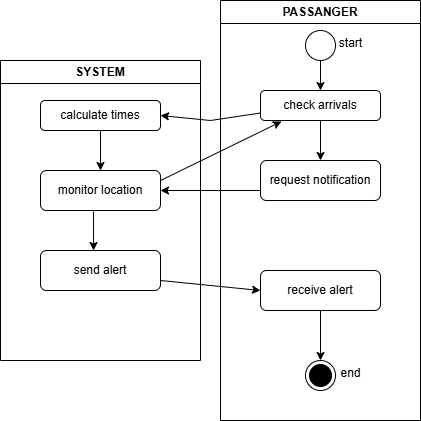
Above: UML Diagrams/Activity Diagrams/scenario2AC.drawio (1).png in inviona/Software-Engineering-Analysis-and-Design-Project (draw.io), before the change. Source tidied: cells renumbered, new cells last; positions are measured from the earlier drawing's top-left corner, leaving out a move shared by most shapes.
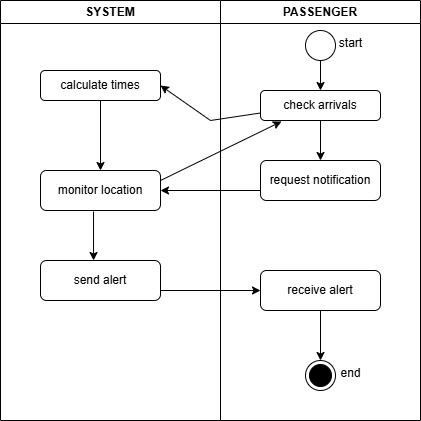
The same file after the commit.

Change to the diagram source:
```diff
@@ -2,7 +2,7 @@
   <root>
     <mxCell id="0" />
     <mxCell id="1" parent="0" />
-    <mxCell id="2" value="PASSANGER" style="swimlane;whiteSpace=wrap;html=1;" parent="1" vertex="1">
+    <mxCell id="2" value="PASSENGER" style="swimlane;whiteSpace=wrap;html=1;" parent="1" vertex="1">
       <mxGeometry x="220" width="200" height="420" as="geometry" />
     </mxCell>
     <mxCell id="3" style="edgeStyle=orthogonalEdgeStyle;rounded=0;jettySize=auto;html=1;" parent="2" edge="1" source="4" target="6">
@@ -30,16 +30,16 @@
       <mxGeometry x="85" y="360" width="30" height="30" as="geometry" />
     </mxCell>
     <mxCell id="11" value="SYSTEM" style="swimlane;whiteSpace=wrap;html=1;" parent="1" vertex="1">
-      <mxGeometry y="60" width="200" height="300" as="geometry" />
+      <mxGeometry width="220" height="420" as="geometry" />
     </mxCell>
     <mxCell id="12" value="calculate times" style="rounded=1;whiteSpace=wrap;html=1;" parent="11" vertex="1">
-      <mxGeometry x="40" y="40" width="120" height="30" as="geometry" />
+      <mxGeometry x="40" y="70" width="120" height="30" as="geometry" />
     </mxCell>
     <mxCell id="13" value="monitor location" style="rounded=1;whiteSpace=wrap;html=1;" parent="11" vertex="1">
-      <mxGeometry x="40" y="110" width="120" height="40" as="geometry" />
+      <mxGeometry x="40" y="170" width="120" height="40" as="geometry" />
     </mxCell>
     <mxCell id="14" value="send alert" style="rounded=1;whiteSpace=wrap;html=1;" parent="11" vertex="1">
-      <mxGeometry x="40" y="190" width="120" height="40" as="geometry" />
+      <mxGeometry x="40" y="260" width="120" height="40" as="geometry" />
     </mxCell>
     <mxCell id="15" style="endArrow=classic;html=1;rounded=0;exitX=0.442;exitY=1.025;exitDx=0;exitDy=0;exitPerimeter=0;entryX=0.442;entryY=0;entryDx=0;entryDy=0;entryPerimeter=0;" parent="11" edge="1" source="13" target="14">
       <mxGeometry relative="1" as="geometry" />
```
